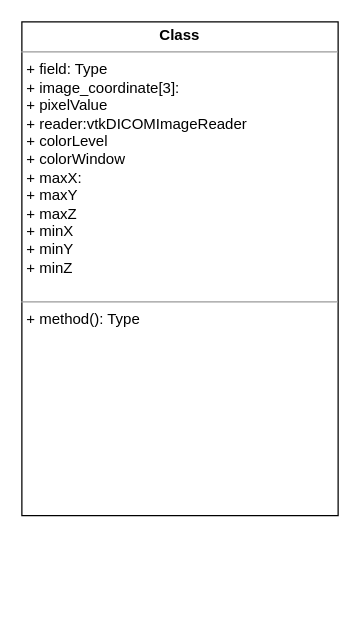
The draw.io diagram medical3D_mywidget.drawio in Dong-J93/_pictures, before the edit. Source tidied: cells renumbered, new cells numbered last; positions are measured from the earlier drawing's top-left corner, leaving out a move shared by most shapes. Both pictures are drawn from the tidied source at 125%, with x=0, y=0 at pixel (21, 21).
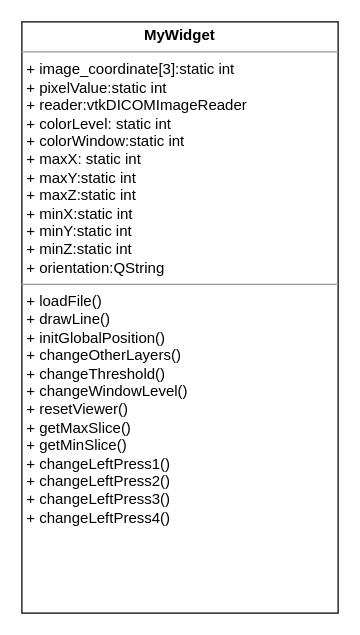
The same diagram, later.

Change to the diagram source:
```diff
@@
 <mxGraphModel>
   <root>
     <mxCell id="0" />
     <mxCell id="1" parent="0" />
-    <mxCell id="2" value="&lt;p style=&quot;margin:0px;margin-top:4px;text-align:center;&quot;&gt;&lt;b&gt;Class&lt;/b&gt;&lt;/p&gt;&lt;hr size=&quot;1&quot;&gt;&lt;p style=&quot;margin:0px;margin-left:4px;&quot;&gt;+ field: Type&lt;/p&gt;&lt;p style=&quot;margin:0px;margin-left:4px;&quot;&gt;+ image_coordinate[3]:&lt;/p&gt;&lt;p style=&quot;margin:0px;margin-left:4px;&quot;&gt;+&amp;nbsp;pixelValue&lt;/p&gt;&lt;p style=&quot;margin:0px;margin-left:4px;&quot;&gt;+ reader:vtkDICOMImageReader&lt;/p&gt;&lt;p style=&quot;margin:0px;margin-left:4px;&quot;&gt;+&amp;nbsp;colorLevel&lt;/p&gt;&lt;p style=&quot;margin:0px;margin-left:4px;&quot;&gt;+&amp;nbsp;colorWindow&lt;/p&gt;&lt;p style=&quot;margin:0px;margin-left:4px;&quot;&gt;+ maxX:&lt;/p&gt;&lt;p style=&quot;margin:0px;margin-left:4px;&quot;&gt;+ maxY&lt;/p&gt;&lt;p style=&quot;margin:0px;margin-left:4px;&quot;&gt;+ maxZ&lt;/p&gt;&lt;p style=&quot;margin:0px;margin-left:4px;&quot;&gt;+ minX&lt;/p&gt;&lt;p style=&quot;margin:0px;margin-left:4px;&quot;&gt;+ minY&lt;/p&gt;&lt;p style=&quot;margin:0px;margin-left:4px;&quot;&gt;+ minZ&lt;/p&gt;&lt;p style=&quot;margin:0px;margin-left:4px;&quot;&gt;&lt;br&gt;&lt;/p&gt;&lt;hr size=&quot;1&quot;&gt;&lt;p style=&quot;margin:0px;margin-left:4px;&quot;&gt;+ method(): Type&lt;/p&gt;" style="verticalAlign=top;align=left;overflow=fill;fontSize=12;fontFamily=Helvetica;html=1;whiteSpace=wrap;" parent="1" vertex="1">
-      <mxGeometry width="253" height="395" as="geometry" />
+    <mxCell id="2" value="&lt;p style=&quot;margin:0px;margin-top:4px;text-align:center;&quot;&gt;&lt;b&gt;MyWidget&lt;/b&gt;&lt;/p&gt;&lt;hr size=&quot;1&quot;&gt;&lt;p style=&quot;margin:0px;margin-left:4px;&quot;&gt;&lt;span style=&quot;background-color: initial;&quot;&gt;+ image_coordinate[3]:static int&lt;/span&gt;&lt;br&gt;&lt;/p&gt;&lt;p style=&quot;margin:0px;margin-left:4px;&quot;&gt;+&amp;nbsp;pixelValue:static int&lt;/p&gt;&lt;p style=&quot;margin:0px;margin-left:4px;&quot;&gt;+ reader:vtkDICOMImageReader&lt;/p&gt;&lt;p style=&quot;margin:0px;margin-left:4px;&quot;&gt;+&amp;nbsp;colorLevel: static int&amp;nbsp;&lt;/p&gt;&lt;p style=&quot;margin:0px;margin-left:4px;&quot;&gt;+&amp;nbsp;colorWindow:static int&lt;/p&gt;&lt;p style=&quot;margin:0px;margin-left:4px;&quot;&gt;+ maxX: static int&lt;/p&gt;&lt;p style=&quot;margin:0px;margin-left:4px;&quot;&gt;+ maxY:static int&lt;/p&gt;&lt;p style=&quot;margin:0px;margin-left:4px;&quot;&gt;+ maxZ:static int&lt;/p&gt;&lt;p style=&quot;margin:0px;margin-left:4px;&quot;&gt;+ minX:static int&lt;/p&gt;&lt;p style=&quot;margin:0px;margin-left:4px;&quot;&gt;+ minY:static int&lt;/p&gt;&lt;p style=&quot;margin:0px;margin-left:4px;&quot;&gt;+ minZ:static int&lt;/p&gt;&lt;p style=&quot;margin:0px;margin-left:4px;&quot;&gt;+ orientation:QString&lt;/p&gt;&lt;hr size=&quot;1&quot;&gt;&lt;p style=&quot;margin:0px;margin-left:4px;&quot;&gt;+ loadFile()&lt;/p&gt;&lt;p style=&quot;margin:0px;margin-left:4px;&quot;&gt;+&amp;nbsp;drawLine()&lt;/p&gt;&lt;p style=&quot;margin:0px;margin-left:4px;&quot;&gt;+ initGlobalPosition()&lt;/p&gt;&lt;p style=&quot;margin:0px;margin-left:4px;&quot;&gt;+ changeOtherLayers()&lt;br&gt;&lt;/p&gt;&lt;p style=&quot;margin:0px;margin-left:4px;&quot;&gt;+&amp;nbsp;changeThreshold()&lt;/p&gt;&lt;p style=&quot;margin:0px;margin-left:4px;&quot;&gt;+ changeWindowLevel()&lt;/p&gt;&lt;p style=&quot;margin:0px;margin-left:4px;&quot;&gt;+&amp;nbsp;resetViewer()&lt;/p&gt;&lt;p style=&quot;margin:0px;margin-left:4px;&quot;&gt;+&amp;nbsp;getMaxSlice()&lt;/p&gt;&lt;p style=&quot;margin:0px;margin-left:4px;&quot;&gt;+&amp;nbsp;getMinSlice()&lt;/p&gt;&lt;p style=&quot;margin:0px;margin-left:4px;&quot;&gt;+&amp;nbsp;changeLeftPress1()&lt;/p&gt;&lt;p style=&quot;margin:0px;margin-left:4px;&quot;&gt;+ changeLeftPress2()&lt;/p&gt;&lt;p style=&quot;margin:0px;margin-left:4px;&quot;&gt;+&amp;nbsp;changeLeftPress3()&lt;/p&gt;&lt;p style=&quot;margin:0px;margin-left:4px;&quot;&gt;+&amp;nbsp;changeLeftPress4()&lt;/p&gt;&lt;p style=&quot;margin:0px;margin-left:4px;&quot;&gt;&lt;br&gt;&lt;/p&gt;&lt;p style=&quot;margin:0px;margin-left:4px;&quot;&gt;&lt;br&gt;&lt;/p&gt;&lt;p style=&quot;margin:0px;margin-left:4px;&quot;&gt;&lt;br&gt;&lt;/p&gt;&lt;p style=&quot;margin:0px;margin-left:4px;&quot;&gt;&lt;br&gt;&lt;/p&gt;&lt;p style=&quot;margin:0px;margin-left:4px;&quot;&gt;&lt;br&gt;&lt;/p&gt;&lt;p style=&quot;margin:0px;margin-left:4px;&quot;&gt;&lt;br&gt;&lt;/p&gt;&lt;p style=&quot;margin:0px;margin-left:4px;&quot;&gt;&lt;br&gt;&lt;/p&gt;&lt;p style=&quot;margin:0px;margin-left:4px;&quot;&gt;&lt;br&gt;&lt;/p&gt;" style="verticalAlign=top;align=left;overflow=fill;fontSize=12;fontFamily=Helvetica;html=1;whiteSpace=wrap;" parent="1" vertex="1">
+      <mxGeometry width="253" height="473" as="geometry" />
     </mxCell>
   </root>
 </mxGraphModel>
```
